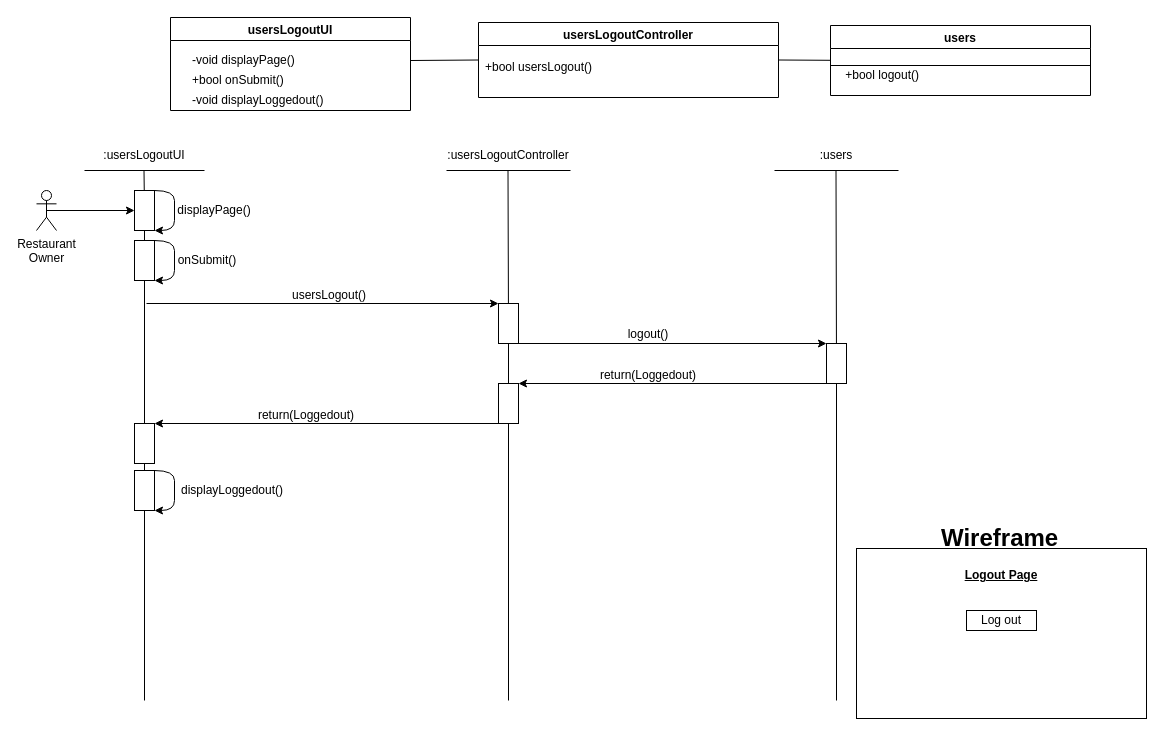
The draw.io diagram BCE_UML_and_Diagrams/Userstory#36/UserStory#36_BCE_SEQ.drawio in extred5700/JAVAGUI-Restaurant-Table-Order-System, before the edit. Source tidied: cells renumbered, new cells numbered last; positions are measured from the earlier drawing's top-left corner, leaving out a move shared by most shapes. Both pictures are drawn from the tidied source at 100%, with x=0, y=0 at pixel (36, 17).
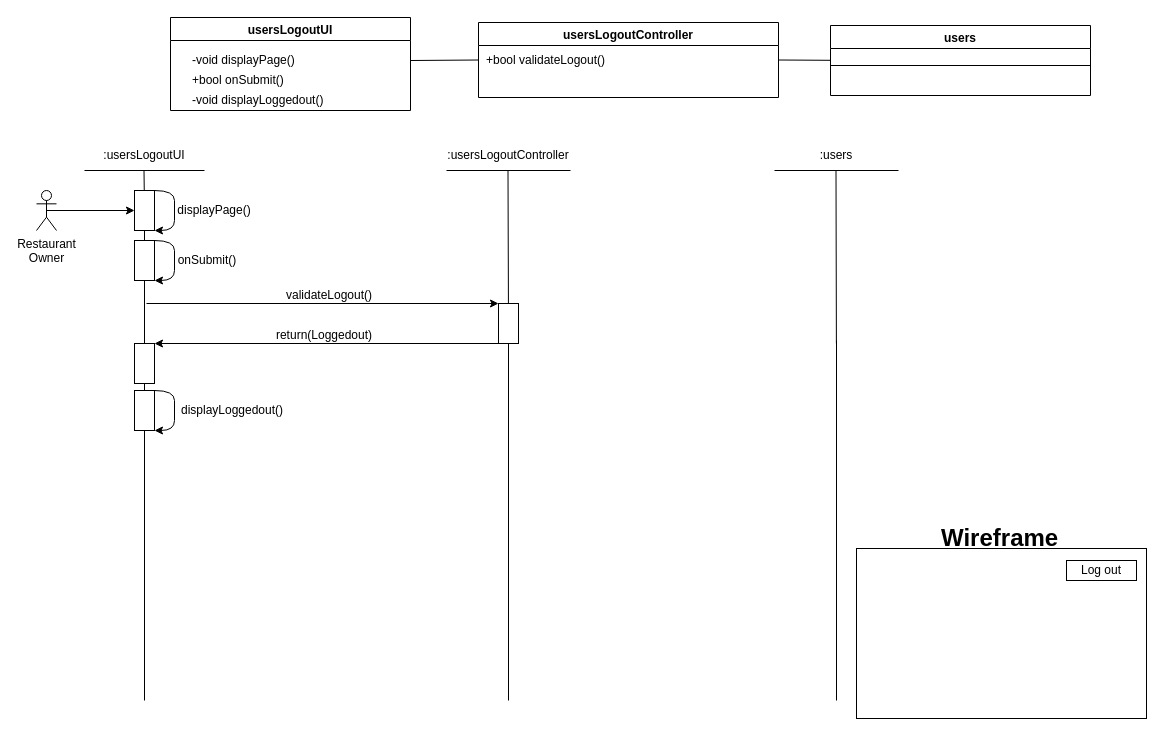
After the change.

Commit message (it also covers changes not shown here):
Updated BCE UML for logout userstories

Unchanged cells that the change refers to:
```xml
<mxCell id="6" value="usersLogoutController" style="swimlane;" parent="1" vertex="1">
  <mxGeometry x="442" y="5" width="300" height="75" as="geometry" />
</mxCell>
<mxCell id="8" value="users" style="swimlane;strokeColor=default;" parent="1" vertex="1">
  <mxGeometry x="794" y="8" width="260" height="70" as="geometry" />
</mxCell>
<mxCell id="31" style="rounded=0;whiteSpace=wrap;html=1;strokeColor=default;" parent="1" vertex="1">
  <mxGeometry x="462" y="286" width="20" height="40" as="geometry" />
</mxCell>
```

The edit, as a diff of the source:
```diff
@@
-    <mxCell id="7" value="+bool usersLogout()" style="text;html=1;align=center;verticalAlign=middle;strokeColor=none;fillColor=none;" parent="6" vertex="1">
-      <mxGeometry y="35" width="120" height="20" as="geometry" />
+    <mxCell id="7" value="+bool validateLogout()" style="text;html=1;align=center;verticalAlign=middle;strokeColor=none;fillColor=none;" parent="6" vertex="1">
+      <mxGeometry x="2" y="28" width="130" height="20" as="geometry" />
     </mxCell>
@@
-    <mxCell id="9" value="&lt;div style=&quot;text-align: center&quot;&gt;&lt;span&gt;+bool logout(&lt;/span&gt;&lt;span style=&quot;text-align: left&quot;&gt;)&lt;/span&gt;&lt;/div&gt;" style="text;html=1;align=right;verticalAlign=middle;strokeColor=none;fillColor=none;" parent="8" vertex="1">
-      <mxGeometry y="40" width="90" height="20" as="geometry" />
-    </mxCell>
@@
-    <mxCell id="23" style="endArrow=none;html=1;rounded=0;startArrow=none;" parent="1" edge="1" source="35">
+    <mxCell id="23" style="endArrow=none;html=1;rounded=0;startArrow=none;" parent="1" edge="1">
       <mxGeometry relative="1" as="geometry">
+        <mxPoint x="799.9" y="326" as="sourcePoint" />
         <mxPoint x="799.5" y="153" as="targetPoint" />
       </mxGeometry>
     </mxCell>
@@
-    <mxCell id="32" style="endArrow=none;html=1;rounded=0;startArrow=none;" parent="1" edge="1" source="39" target="31">
-      <mxGeometry relative="1" as="geometry" />
-    </mxCell>
@@
-    <mxCell id="34" value="usersLogout()" style="text;html=1;strokeColor=none;fillColor=none;align=center;verticalAlign=middle;whiteSpace=wrap;rounded=0;" parent="1" vertex="1">
+    <mxCell id="34" value="validateLogout()" style="text;html=1;strokeColor=none;fillColor=none;align=center;verticalAlign=middle;whiteSpace=wrap;rounded=0;" parent="1" vertex="1">
       <mxGeometry x="245" y="263" width="96" height="30" as="geometry" />
     </mxCell>
-    <mxCell id="35" style="rounded=0;whiteSpace=wrap;html=1;strokeColor=default;" parent="1" vertex="1">
-      <mxGeometry x="790" y="326" width="20" height="40" as="geometry" />
-    </mxCell>
-    <mxCell id="36" style="endArrow=none;html=1;rounded=0;" parent="1" edge="1" target="35">
+    <mxCell id="36" style="endArrow=none;html=1;rounded=0;" parent="1" edge="1">
       <mxGeometry relative="1" as="geometry">
         <mxPoint x="800" y="683" as="sourcePoint" />
+        <mxPoint x="800" y="323" as="targetPoint" />
       </mxGeometry>
     </mxCell>
-    <mxCell id="37" style="endArrow=classic;html=1;rounded=0;entryX=0;entryY=0;entryDx=0;entryDy=0;exitX=1;exitY=1;exitDx=0;exitDy=0;" parent="1" edge="1" source="31" target="35">
-      <mxGeometry relative="1" as="geometry" />
-    </mxCell>
-    <mxCell id="38" value="logout()" style="text;html=1;strokeColor=none;fillColor=none;align=center;verticalAlign=middle;whiteSpace=wrap;rounded=0;" parent="1" vertex="1">
-      <mxGeometry x="472" y="302" width="280" height="30" as="geometry" />
-    </mxCell>
-    <mxCell id="39" style="rounded=0;whiteSpace=wrap;html=1;strokeColor=default;" parent="1" vertex="1">
-      <mxGeometry x="462" y="366" width="20" height="40" as="geometry" />
-    </mxCell>
-    <mxCell id="40" style="endArrow=none;html=1;rounded=0;" parent="1" edge="1" target="39">
+    <mxCell id="40" style="endArrow=none;html=1;rounded=0;entryX=0.5;entryY=1;entryDx=0;entryDy=0;" parent="1" edge="1" target="31">
       <mxGeometry relative="1" as="geometry">
         <mxPoint x="472" y="683" as="sourcePoint" />
       </mxGeometry>
     </mxCell>
-    <mxCell id="41" style="endArrow=classic;html=1;rounded=0;exitX=0;exitY=1;exitDx=0;exitDy=0;entryX=1;entryY=0;entryDx=0;entryDy=0;" parent="1" edge="1" source="35" target="39">
-      <mxGeometry relative="1" as="geometry" />
-    </mxCell>
-    <mxCell id="42" value="return(Loggedout)" style="text;html=1;strokeColor=none;fillColor=none;align=center;verticalAlign=middle;whiteSpace=wrap;rounded=0;" parent="1" vertex="1">
-      <mxGeometry x="472" y="343" width="280" height="30" as="geometry" />
-    </mxCell>
     <mxCell id="43" style="rounded=0;whiteSpace=wrap;html=1;strokeColor=default;" parent="1" vertex="1">
-      <mxGeometry x="98" y="406" width="20" height="40" as="geometry" />
+      <mxGeometry x="98" y="326" width="20" height="40" as="geometry" />
     </mxCell>
-    <mxCell id="44" style="endArrow=classic;html=1;rounded=0;entryX=1;entryY=0;entryDx=0;entryDy=0;exitX=0;exitY=1;exitDx=0;exitDy=0;" parent="1" edge="1" source="39" target="43">
-      <mxGeometry relative="1" as="geometry" />
+    <mxCell id="44" style="endArrow=classic;html=1;rounded=0;entryX=1;entryY=0;entryDx=0;entryDy=0;exitX=0;exitY=1;exitDx=0;exitDy=0;" parent="1" edge="1" target="43">
+      <mxGeometry relative="1" as="geometry">
+        <mxPoint x="462" y="326" as="sourcePoint" />
+      </mxGeometry>
     </mxCell>
     <mxCell id="45" value="return(Loggedout)" style="text;html=1;strokeColor=none;fillColor=none;align=center;verticalAlign=middle;whiteSpace=wrap;rounded=0;" parent="1" vertex="1">
-      <mxGeometry x="130" y="383" width="280" height="30" as="geometry" />
+      <mxGeometry x="148" y="303" width="280" height="30" as="geometry" />
     </mxCell>
     <mxCell id="46" style="rounded=0;whiteSpace=wrap;html=1;strokeColor=default;" parent="1" vertex="1">
-      <mxGeometry x="98" y="453" width="20" height="40" as="geometry" />
+      <mxGeometry x="98" y="373" width="20" height="40" as="geometry" />
     </mxCell>
     <mxCell id="47" style="curved=1;endArrow=classic;html=1;rounded=0;exitX=1;exitY=0;exitDx=0;exitDy=0;entryX=1;entryY=1;entryDx=0;entryDy=0;" parent="1" edge="1" source="46" target="46">
       <mxGeometry relative="1" as="geometry">
         <Array as="points">
-          <mxPoint x="138" y="453" />
-          <mxPoint x="138" y="473" />
-          <mxPoint x="138" y="493" />
+          <mxPoint x="138" y="373" />
+          <mxPoint x="138" y="393" />
+          <mxPoint x="138" y="413" />
         </Array>
       </mxGeometry>
     </mxCell>
     <mxCell id="48" value="d&lt;span style=&quot;text-align: left&quot;&gt;isplayLoggedout()&lt;/span&gt;" style="text;html=1;strokeColor=none;fillColor=none;align=center;verticalAlign=middle;whiteSpace=wrap;rounded=0;" parent="1" vertex="1">
-      <mxGeometry x="148" y="458" width="96" height="30" as="geometry" />
+      <mxGeometry x="148" y="378" width="96" height="30" as="geometry" />
     </mxCell>
@@
-    <mxCell id="51" value="Logout Page" style="text;html=1;strokeColor=none;fillColor=none;align=center;verticalAlign=middle;whiteSpace=wrap;rounded=0;fontStyle=5;" parent="1" vertex="1">
-      <mxGeometry x="920" y="543" width="90" height="30" as="geometry" />
-    </mxCell>
     <mxCell id="52" value="Log out" style="rounded=0;whiteSpace=wrap;html=1;strokeColor=default;" parent="1" vertex="1">
-      <mxGeometry x="930" y="593" width="70" height="20" as="geometry" />
+      <mxGeometry x="1030" y="543" width="70" height="20" as="geometry" />
     </mxCell>
```
